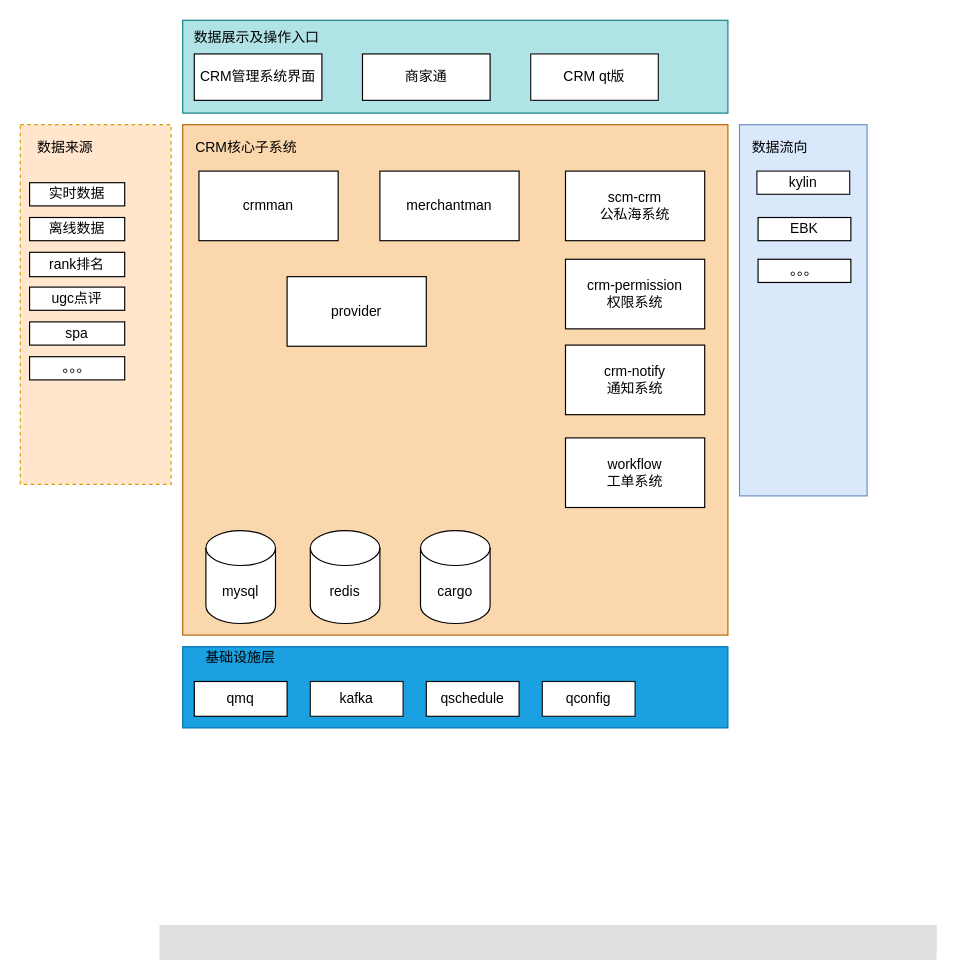
The draw.io diagram page "CRM系统结构图" (1 of 2) of 1.drawio in xuliping412/pkm, before the edit. Source tidied: cells renumbered, new cells numbered last; positions are measured from the earlier drawing's top-left corner, leaving out a move shared by most shapes. Both pictures are drawn from the tidied source at 116%, with x=0, y=0 at pixel (20, 20).
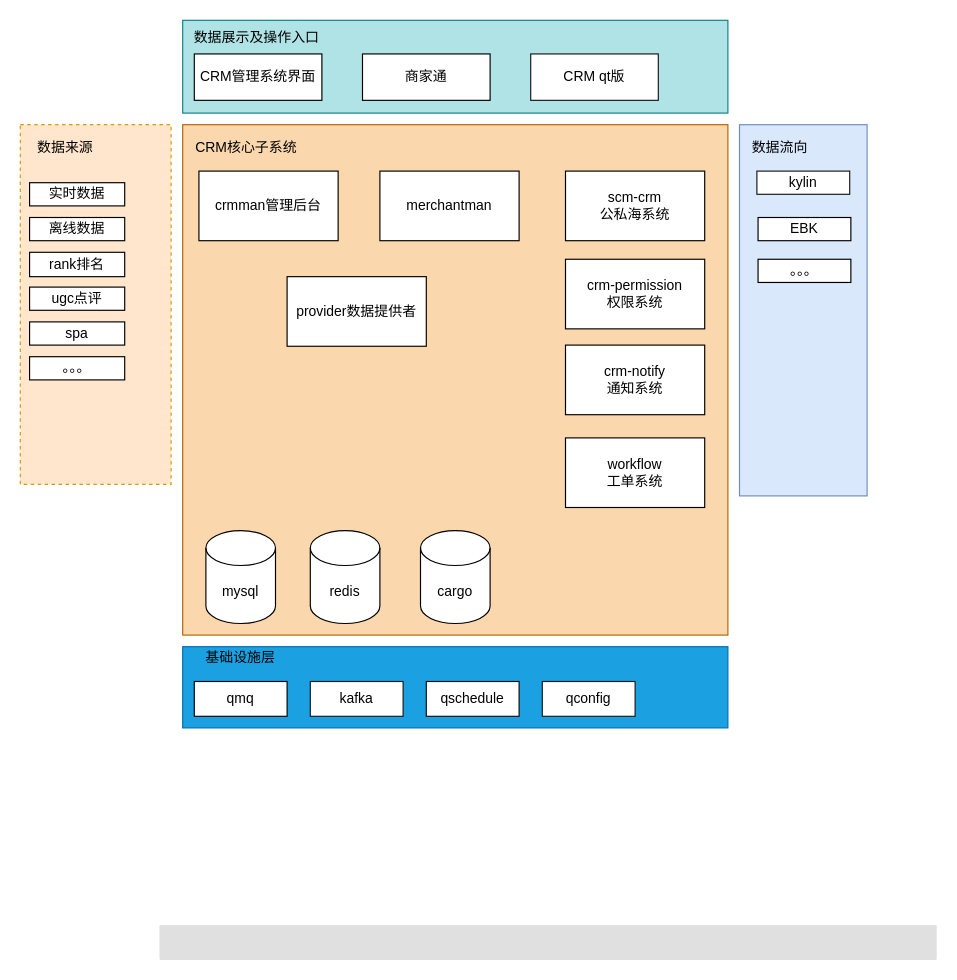
The same diagram, later.

Diff of the diagram source:
```diff
@@
-    <mxCell id="9" value="crmman" style="rounded=0;whiteSpace=wrap;html=1;" parent="1" vertex="1">
+    <mxCell id="9" value="crmman管理后台" style="rounded=0;whiteSpace=wrap;html=1;" parent="1" vertex="1">
       <mxGeometry x="154" y="130" width="120" height="60" as="geometry" />
     </mxCell>
@@
-    <mxCell id="13" value="provider" style="rounded=0;whiteSpace=wrap;html=1;" parent="1" vertex="1">
+    <mxCell id="13" value="provider数据提供者" style="rounded=0;whiteSpace=wrap;html=1;" parent="1" vertex="1">
       <mxGeometry x="230" y="221" width="120" height="60" as="geometry" />
     </mxCell>
```
